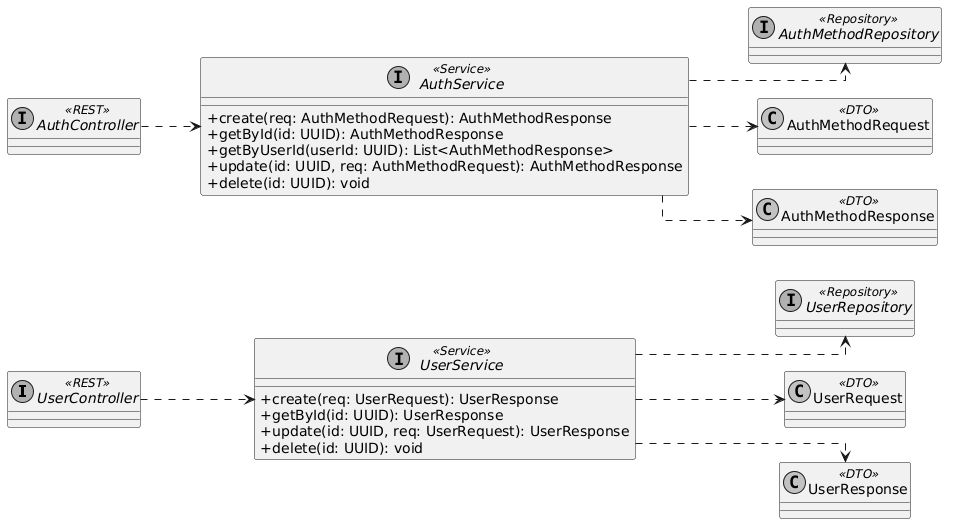
Earlier version of the PlantUML export picture/diagrams/class_service_user_auth.png (Hohichh/Diploma-project-notes).
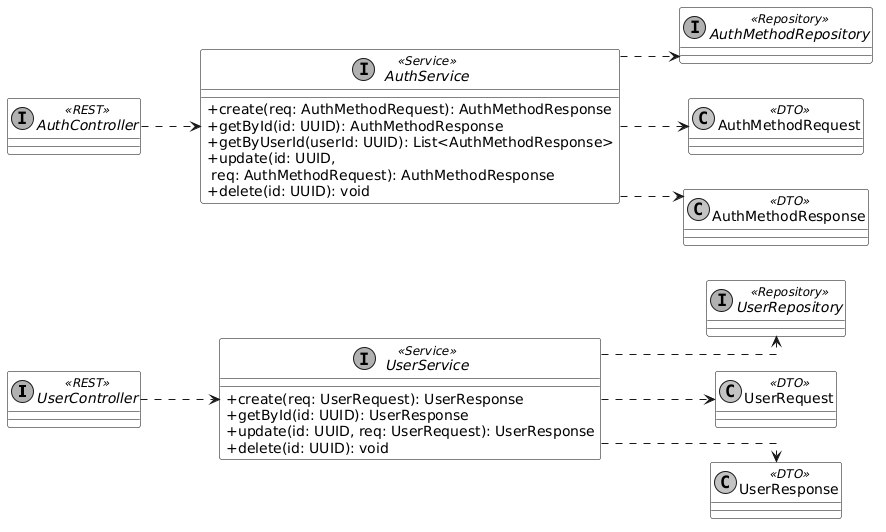
After the change.

The edit, as a diff of the source:
```diff
@@ -4,6 +4,10 @@
 skinparam defaultFontName Arial
 skinparam classAttributeIconSize 0
 skinparam linetype ortho
+skinparam classBackgroundColor transparent
+skinparam classBorderColor black
+skinparam classAttributeBackgroundColor transparent
+skinparam backgroundColor transparent
 left to right direction
 
 interface UserController <<REST>>
@@ -28,7 +32,7 @@
     + create(req: AuthMethodRequest): AuthMethodResponse
     + getById(id: UUID): AuthMethodResponse
     + getByUserId(userId: UUID): List<AuthMethodResponse>
-    + update(id: UUID, req: AuthMethodRequest): AuthMethodResponse
+    + update(id: UUID,\n req: AuthMethodRequest): AuthMethodResponse
     + delete(id: UUID): void
 }
 
```
